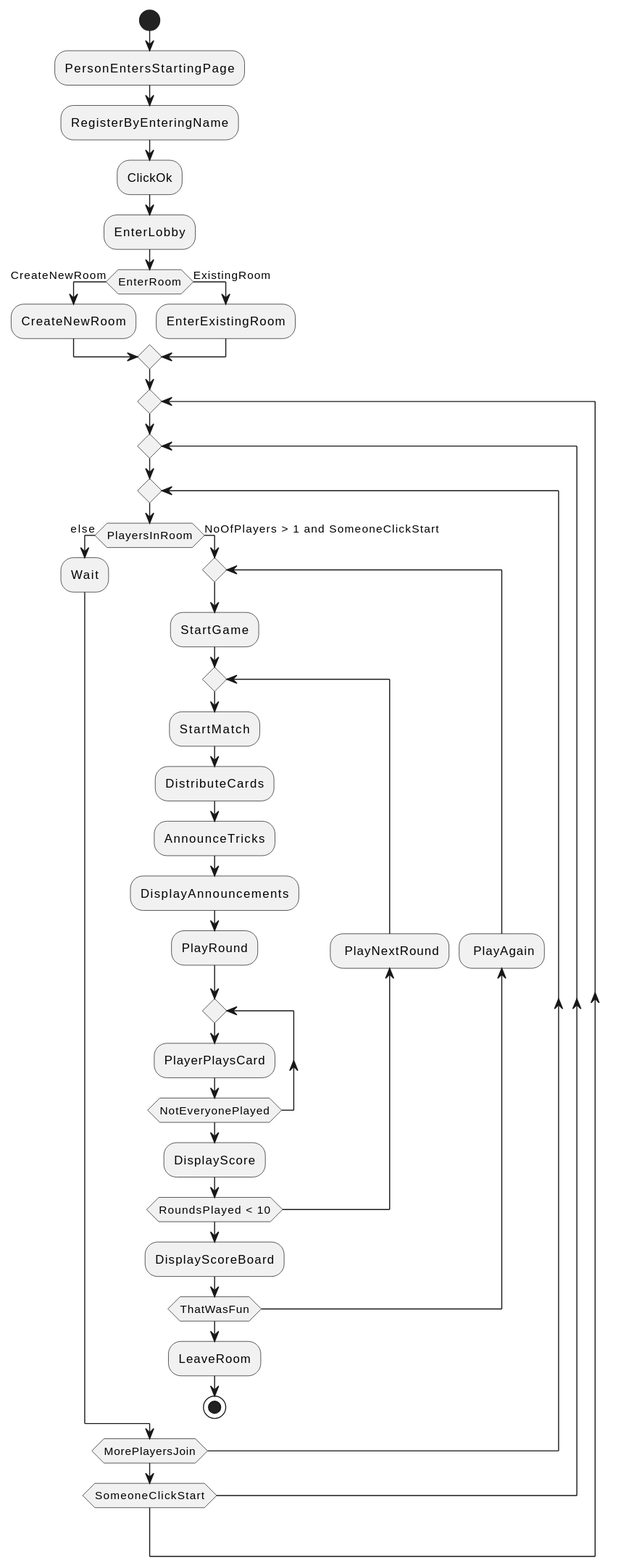
This is pr33-overall_workflow.svg from sopra-fs22-group-36/screw-your-neighbor-server, a PlantUML export, as it was before one commit. The source it was exported from:
```plantuml
@startuml

start
:PersonEntersStartingPage;
:RegisterByEnteringName;
:ClickOk;
:EnterLobby;
if (EnterRoom) then (CreateNewRoom)
    :CreateNewRoom;
else (ExistingRoom)
    :EnterExistingRoom;
endif
repeat
repeat
repeat
    if (PlayersInRoom) then (else)
        :Wait;
    else (NoOfPlayers > 1 and SomeoneClickStart)
        repeat
        :StartGame;
        repeat
            :StartMatch;
            :DistributeCards;
            :AnnounceTricks;
            :DisplayAnnouncements;
            :PlayRound;
            repeat
            :PlayerPlaysCard;
            repeat while (NotEveryonePlayed)
            :DisplayScore;
            backward: PlayNextRound;
        repeat while (RoundsPlayed < 10)
        :DisplayScoreBoard;
        backward: PlayAgain;
        repeat while (ThatWasFun)
        :LeaveRoom;
        stop
    endif
repeat while (MorePlayersJoin)
repeat while (SomeoneClickStart)

@enduml
```
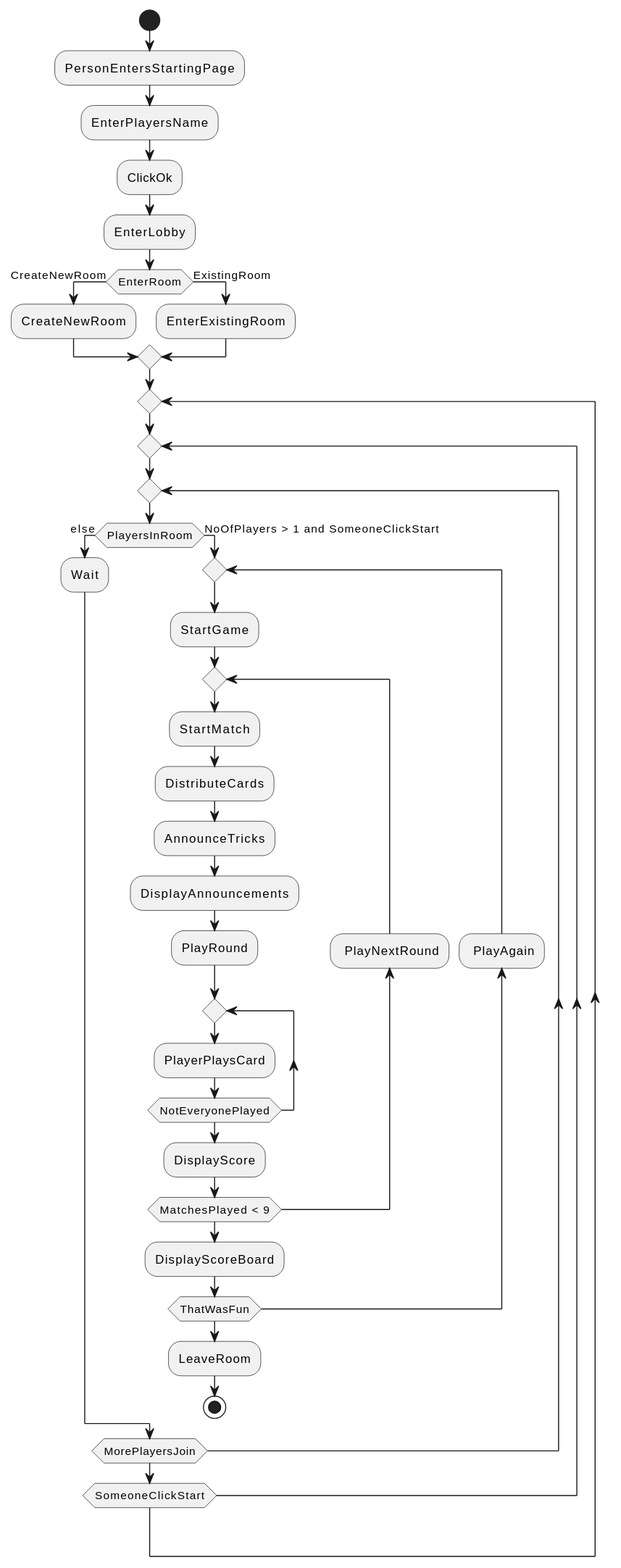
Above is the later version.

What changed in the source:
```diff
@@ -2,7 +2,7 @@
 
 start
 :PersonEntersStartingPage;
-:RegisterByEnteringName;
+:EnterPlayersName;
 :ClickOk;
 :EnterLobby;
 if (EnterRoom) then (CreateNewRoom)
@@ -29,7 +29,7 @@
             repeat while (NotEveryonePlayed)
             :DisplayScore;
             backward: PlayNextRound;
-        repeat while (RoundsPlayed < 10)
+        repeat while (MatchesPlayed < 9)
         :DisplayScoreBoard;
         backward: PlayAgain;
         repeat while (ThatWasFun)
```
